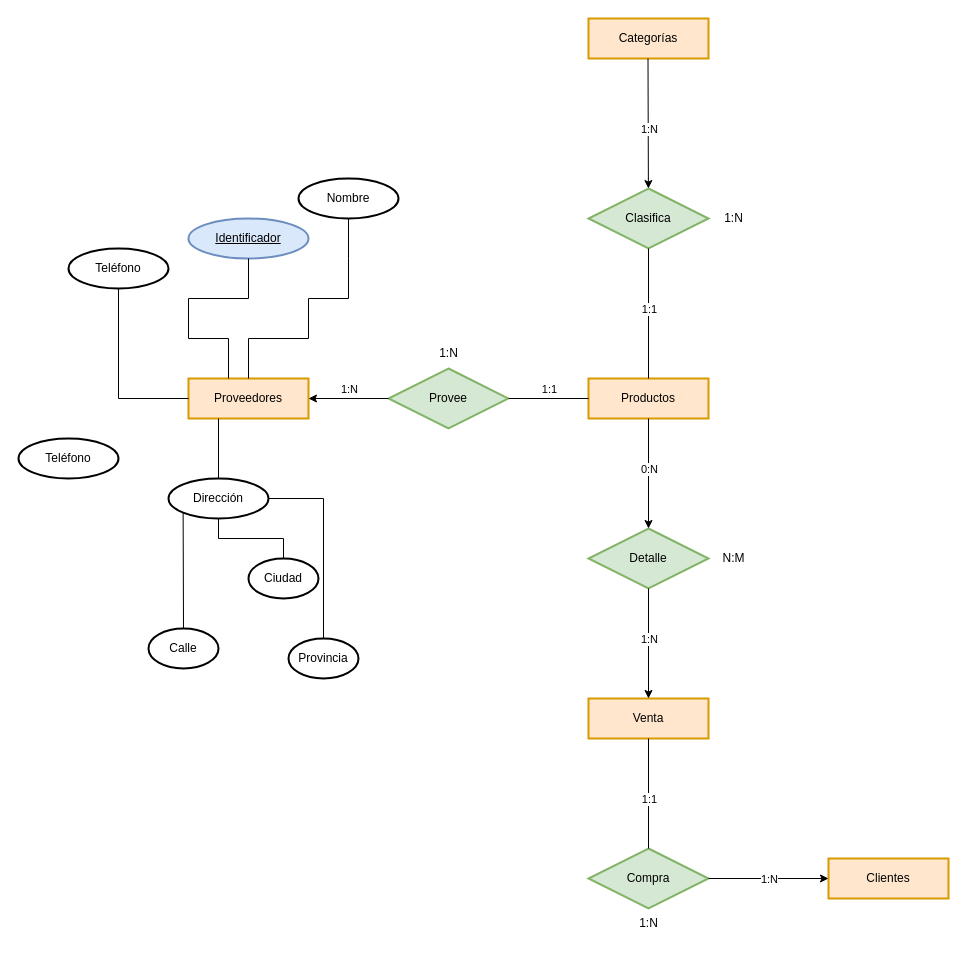
Before: page "Ej2" (1 of 6) of Tareas/Tarea3/Tarea3.drawio in JuanManuelMM/Base-Datos, a draw.io diagram. Source tidied: cells renumbered, new cells numbered last; positions are measured from the earlier drawing's top-left corner, leaving out a move shared by most shapes. Both pictures are drawn from the tidied source at 100%, with x=0, y=0 at pixel (18, 18).
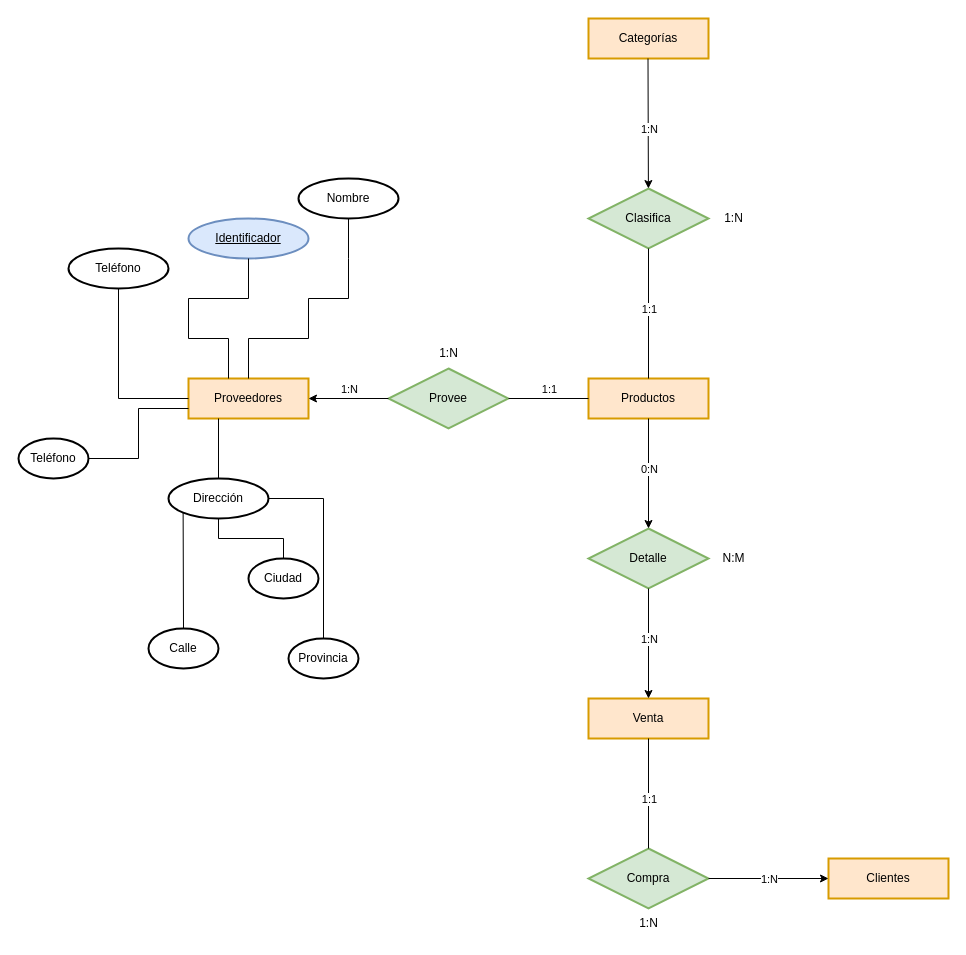
Above is the later version.

Unchanged cells that the change refers to:
```xml
<mxCell id="3" value="&lt;font color=&quot;#000000&quot;&gt;Proveedores&lt;/font&gt;" style="whiteSpace=wrap;html=1;align=center;fillColor=#ffe6cc;strokeColor=#d79b00;strokeWidth=2;" parent="1" vertex="1">
  <mxGeometry x="170" y="360" width="120" height="40" as="geometry" />
</mxCell>
```

Change to the diagram source:
```diff
@@
+    <mxCell id="46" style="edgeStyle=orthogonalEdgeStyle;rounded=0;jettySize=auto;html=1;exitX=1;exitY=0.5;exitDx=0;exitDy=0;entryX=0;entryY=0.75;entryDx=0;entryDy=0;endArrow=none;endFill=0;" parent="1" edge="1" source="45" target="3">
+      <mxGeometry relative="1" as="geometry" />
+    </mxCell>
     <mxCell id="45" value="Teléfono" style="ellipse;whiteSpace=wrap;html=1;align=center;strokeWidth=2;" parent="1" vertex="1">
-      <mxGeometry y="420" width="100" height="40" as="geometry" />
+      <mxGeometry y="420" width="70" height="40" as="geometry" />
     </mxCell>
```
